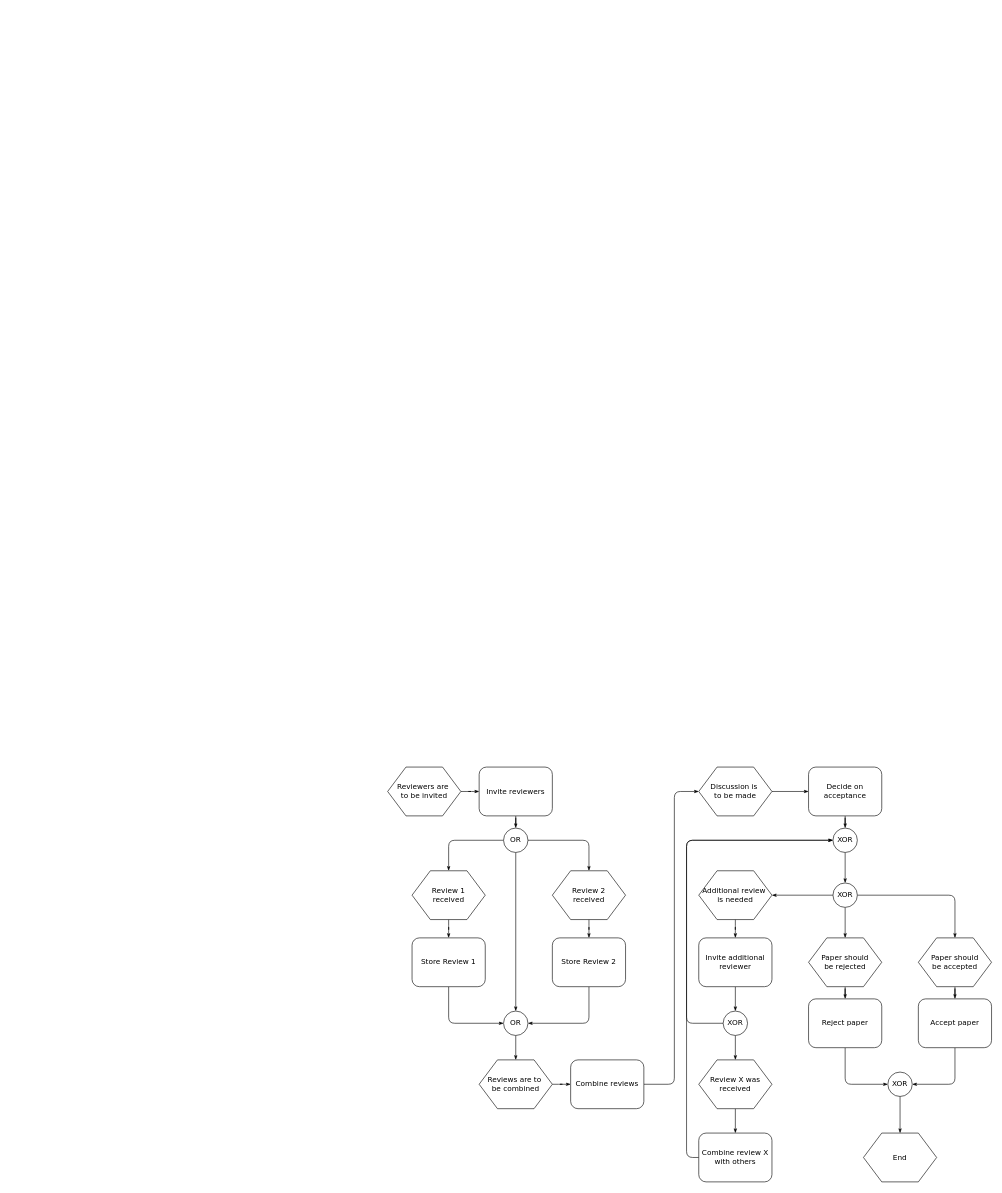
The draw.io diagram flowchart loyalty.drawio in Hilarion18/sandbox, before the edit. Source tidied: cells renumbered, new cells numbered last; positions are measured from the earlier drawing's top-left corner, leaving out a move shared by most shapes. Both pictures are drawn from the tidied source at 61%, with x=0, y=0 at pixel (387, 767).
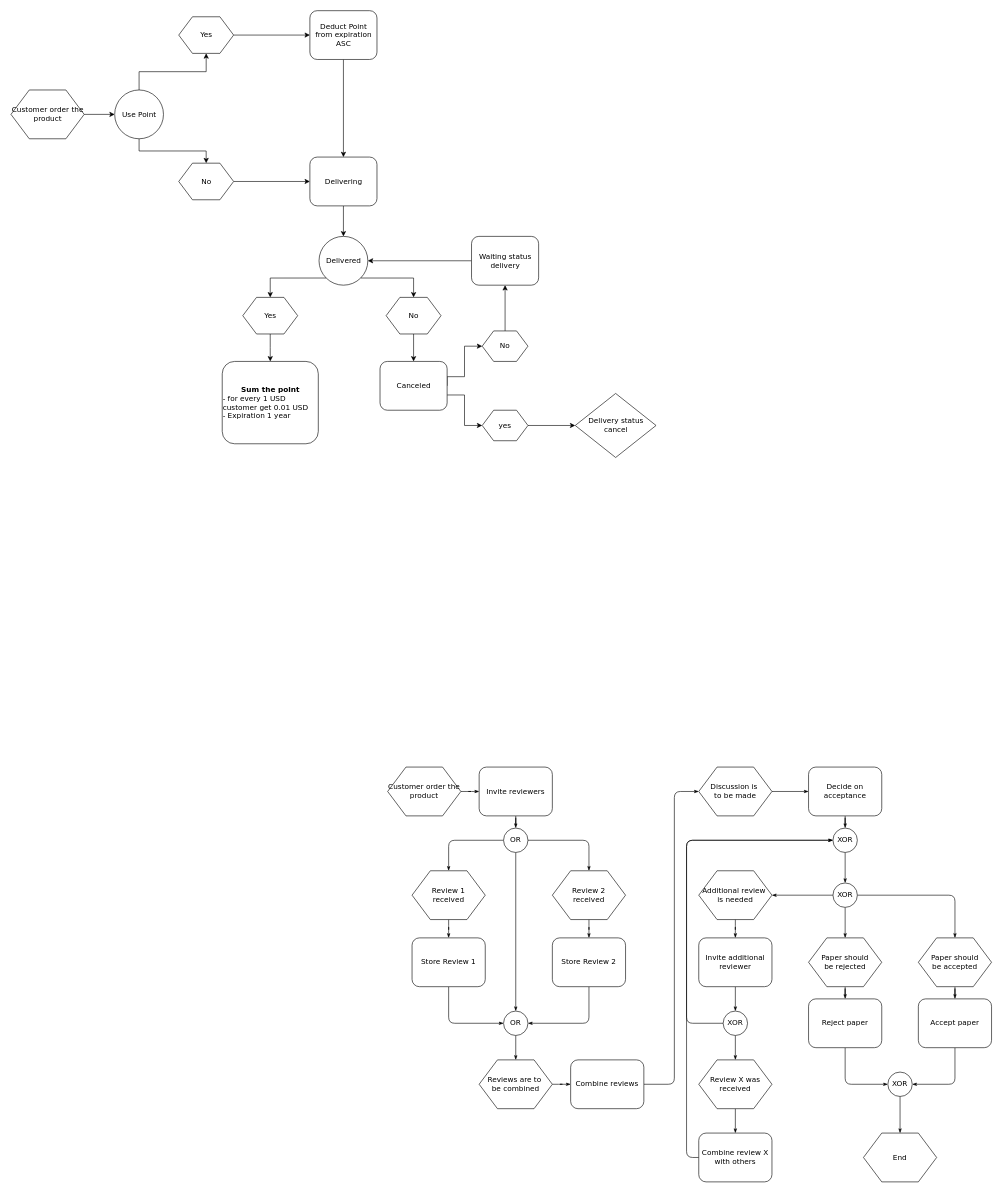
The same diagram, later.

The edit, as a diff of the source:
```diff
@@
-    <mxCell id="3" value="Reviewers are&amp;nbsp;&lt;div&gt;to&amp;nbsp;&lt;span&gt;be invited&lt;/span&gt;&lt;/div&gt;" style="shape=hexagon;perimeter=hexagonPerimeter;whiteSpace=wrap;html=1;rounded=0;shadow=0;labelBackgroundColor=none;strokeWidth=1;fontFamily=Verdana;fontSize=12;align=center;" parent="1" vertex="1">
+    <mxCell id="3" value="Customer order the product" style="shape=hexagon;perimeter=hexagonPerimeter;whiteSpace=wrap;html=1;rounded=0;shadow=0;labelBackgroundColor=none;strokeWidth=1;fontFamily=Verdana;fontSize=12;align=center;" parent="1" vertex="1">
       <mxGeometry width="120" height="80" as="geometry" />
     </mxCell>
@@
+    <mxCell id="56" style="edgeStyle=orthogonalEdgeStyle;rounded=0;jettySize=auto;html=1;exitX=1;exitY=0.5;exitDx=0;exitDy=0;entryX=0;entryY=0.5;entryDx=0;entryDy=0;" parent="1" edge="1" source="57" target="67">
+      <mxGeometry relative="1" as="geometry" />
+    </mxCell>
+    <mxCell id="57" value="Customer order the product" style="shape=hexagon;perimeter=hexagonPerimeter;whiteSpace=wrap;html=1;rounded=0;shadow=0;labelBackgroundColor=none;strokeWidth=1;fontFamily=Verdana;fontSize=12;align=center;" parent="1" vertex="1">
+      <mxGeometry x="-617.5" y="-1110" width="120" height="80" as="geometry" />
+    </mxCell>
+    <mxCell id="58" style="edgeStyle=orthogonalEdgeStyle;rounded=0;jettySize=auto;html=1;entryX=0.5;entryY=0;entryDx=0;entryDy=0;" parent="1" edge="1" source="59" target="69">
+      <mxGeometry relative="1" as="geometry" />
+    </mxCell>
+    <mxCell id="59" value="Deduct Point from expiration ASC" style="rounded=1;whiteSpace=wrap;html=1;shadow=0;labelBackgroundColor=none;strokeWidth=1;fontFamily=Verdana;fontSize=12;align=center;" parent="1" vertex="1">
+      <mxGeometry x="-127.5" y="-1240" width="110" height="80" as="geometry" />
+    </mxCell>
+    <mxCell id="60" style="edgeStyle=orthogonalEdgeStyle;rounded=0;jettySize=auto;html=1;exitX=1;exitY=0.5;exitDx=0;exitDy=0;entryX=0;entryY=0.5;entryDx=0;entryDy=0;" parent="1" edge="1" source="62" target="80">
+      <mxGeometry relative="1" as="geometry">
+        <Array as="points">
+          <mxPoint x="98" y="-640" />
+          <mxPoint x="126" y="-640" />
+          <mxPoint x="126" y="-690" />
+        </Array>
+      </mxGeometry>
+    </mxCell>
+    <mxCell id="61" style="edgeStyle=orthogonalEdgeStyle;rounded=0;jettySize=auto;html=1;entryX=0;entryY=0.5;entryDx=0;entryDy=0;" parent="1" edge="1" source="62" target="82">
+      <mxGeometry relative="1" as="geometry">
+        <Array as="points">
+          <mxPoint x="126" y="-610" />
+          <mxPoint x="126" y="-560" />
+        </Array>
+      </mxGeometry>
+    </mxCell>
+    <mxCell id="62" value="Canceled" style="rounded=1;whiteSpace=wrap;html=1;shadow=0;labelBackgroundColor=none;strokeWidth=1;fontFamily=Verdana;fontSize=12;align=center;" parent="1" vertex="1">
+      <mxGeometry x="-12.5" y="-665" width="110" height="80" as="geometry" />
+    </mxCell>
+    <mxCell id="63" style="edgeStyle=orthogonalEdgeStyle;rounded=0;jettySize=auto;html=1;entryX=0;entryY=0.5;entryDx=0;entryDy=0;" parent="1" edge="1" source="64" target="59">
+      <mxGeometry relative="1" as="geometry" />
+    </mxCell>
+    <mxCell id="64" value="Yes" style="shape=hexagon;perimeter=hexagonPerimeter;whiteSpace=wrap;html=1;rounded=0;shadow=0;labelBackgroundColor=none;strokeWidth=1;fontFamily=Verdana;fontSize=12;align=center;" parent="1" vertex="1">
+      <mxGeometry x="-342.5" y="-1230" width="90" height="60" as="geometry" />
+    </mxCell>
+    <mxCell id="65" style="edgeStyle=orthogonalEdgeStyle;rounded=0;jettySize=auto;html=1;exitX=0.5;exitY=0;exitDx=0;exitDy=0;entryX=0.5;entryY=1;entryDx=0;entryDy=0;" parent="1" edge="1" source="67" target="64">
+      <mxGeometry relative="1" as="geometry" />
+    </mxCell>
+    <mxCell id="66" style="edgeStyle=orthogonalEdgeStyle;rounded=0;jettySize=auto;html=1;exitX=0.5;exitY=1;exitDx=0;exitDy=0;entryX=0.5;entryY=0;entryDx=0;entryDy=0;" parent="1" edge="1" source="67" target="71">
+      <mxGeometry relative="1" as="geometry" />
+    </mxCell>
+    <mxCell id="67" value="Use Point" style="ellipse;whiteSpace=wrap;html=1;rounded=1;shadow=0;labelBackgroundColor=none;strokeWidth=1;fontFamily=Verdana;fontSize=12;align=center;" parent="1" vertex="1">
+      <mxGeometry x="-447.5" y="-1110" width="80" height="80" as="geometry" />
+    </mxCell>
+    <mxCell id="68" style="edgeStyle=orthogonalEdgeStyle;rounded=0;jettySize=auto;html=1;exitX=0.5;exitY=1;exitDx=0;exitDy=0;entryX=0.5;entryY=0;entryDx=0;entryDy=0;" parent="1" edge="1" source="69" target="74">
+      <mxGeometry relative="1" as="geometry" />
+    </mxCell>
+    <mxCell id="69" value="Delivering" style="rounded=1;whiteSpace=wrap;html=1;shadow=0;labelBackgroundColor=none;strokeWidth=1;fontFamily=Verdana;fontSize=12;align=center;" parent="1" vertex="1">
+      <mxGeometry x="-127.5" y="-1000" width="110" height="80" as="geometry" />
+    </mxCell>
+    <mxCell id="70" style="edgeStyle=orthogonalEdgeStyle;rounded=0;jettySize=auto;html=1;exitX=1;exitY=0.5;exitDx=0;exitDy=0;entryX=0;entryY=0.5;entryDx=0;entryDy=0;" parent="1" edge="1" source="71" target="69">
+      <mxGeometry relative="1" as="geometry" />
+    </mxCell>
+    <mxCell id="71" value="No" style="shape=hexagon;perimeter=hexagonPerimeter;whiteSpace=wrap;html=1;rounded=0;shadow=0;labelBackgroundColor=none;strokeWidth=1;fontFamily=Verdana;fontSize=12;align=center;" parent="1" vertex="1">
+      <mxGeometry x="-342.5" y="-990" width="90" height="60" as="geometry" />
+    </mxCell>
+    <mxCell id="72" style="edgeStyle=orthogonalEdgeStyle;rounded=0;jettySize=auto;html=1;exitX=0;exitY=1;exitDx=0;exitDy=0;" parent="1" edge="1" source="74" target="78">
+      <mxGeometry relative="1" as="geometry" />
+    </mxCell>
+    <mxCell id="73" style="edgeStyle=orthogonalEdgeStyle;rounded=0;jettySize=auto;html=1;exitX=1;exitY=1;exitDx=0;exitDy=0;entryX=0.5;entryY=0;entryDx=0;entryDy=0;" parent="1" edge="1" source="74" target="76">
+      <mxGeometry relative="1" as="geometry" />
+    </mxCell>
+    <mxCell id="74" value="Delivered" style="ellipse;whiteSpace=wrap;html=1;rounded=1;shadow=0;labelBackgroundColor=none;strokeWidth=1;fontFamily=Verdana;fontSize=12;align=center;" parent="1" vertex="1">
+      <mxGeometry x="-112.5" y="-870" width="80" height="80" as="geometry" />
+    </mxCell>
+    <mxCell id="75" style="edgeStyle=orthogonalEdgeStyle;rounded=0;jettySize=auto;html=1;exitX=0.5;exitY=1;exitDx=0;exitDy=0;entryX=0.5;entryY=0;entryDx=0;entryDy=0;" parent="1" edge="1" source="76" target="62">
+      <mxGeometry relative="1" as="geometry" />
+    </mxCell>
+    <mxCell id="76" value="No" style="shape=hexagon;perimeter=hexagonPerimeter;whiteSpace=wrap;html=1;rounded=0;shadow=0;labelBackgroundColor=none;strokeWidth=1;fontFamily=Verdana;fontSize=12;align=center;" parent="1" vertex="1">
+      <mxGeometry x="-2.5" y="-770" width="90" height="60" as="geometry" />
+    </mxCell>
+    <mxCell id="77" style="edgeStyle=orthogonalEdgeStyle;rounded=0;jettySize=auto;html=1;exitX=0.5;exitY=1;exitDx=0;exitDy=0;entryX=0.5;entryY=0;entryDx=0;entryDy=0;" parent="1" edge="1" source="78" target="85">
+      <mxGeometry relative="1" as="geometry" />
+    </mxCell>
+    <mxCell id="78" value="Yes" style="shape=hexagon;perimeter=hexagonPerimeter;whiteSpace=wrap;html=1;rounded=0;shadow=0;labelBackgroundColor=none;strokeWidth=1;fontFamily=Verdana;fontSize=12;align=center;" parent="1" vertex="1">
+      <mxGeometry x="-237.5" y="-770" width="90" height="60" as="geometry" />
+    </mxCell>
+    <mxCell id="79" style="edgeStyle=orthogonalEdgeStyle;rounded=0;jettySize=auto;html=1;entryX=0.5;entryY=1;entryDx=0;entryDy=0;" parent="1" edge="1" source="80" target="84">
+      <mxGeometry relative="1" as="geometry" />
+    </mxCell>
+    <mxCell id="80" value="No" style="shape=hexagon;perimeter=hexagonPerimeter;whiteSpace=wrap;html=1;rounded=0;shadow=0;labelBackgroundColor=none;strokeWidth=1;fontFamily=Verdana;fontSize=12;align=center;" parent="1" vertex="1">
+      <mxGeometry x="155" y="-715" width="75" height="50" as="geometry" />
+    </mxCell>
+    <mxCell id="81" style="edgeStyle=orthogonalEdgeStyle;rounded=0;jettySize=auto;html=1;" parent="1" edge="1" source="82" target="86">
+      <mxGeometry relative="1" as="geometry" />
+    </mxCell>
+    <mxCell id="82" value="yes" style="shape=hexagon;perimeter=hexagonPerimeter;whiteSpace=wrap;html=1;rounded=0;shadow=0;labelBackgroundColor=none;strokeWidth=1;fontFamily=Verdana;fontSize=12;align=center;" parent="1" vertex="1">
+      <mxGeometry x="155" y="-585" width="75" height="50" as="geometry" />
+    </mxCell>
+    <mxCell id="83" style="edgeStyle=orthogonalEdgeStyle;rounded=0;jettySize=auto;html=1;entryX=1;entryY=0.5;entryDx=0;entryDy=0;" parent="1" edge="1" source="84" target="74">
+      <mxGeometry relative="1" as="geometry" />
+    </mxCell>
+    <mxCell id="84" value="Waiting status delivery" style="rounded=1;whiteSpace=wrap;html=1;shadow=0;labelBackgroundColor=none;strokeWidth=1;fontFamily=Verdana;fontSize=12;align=center;" parent="1" vertex="1">
+      <mxGeometry x="137.5" y="-870" width="110" height="80" as="geometry" />
+    </mxCell>
+    <mxCell id="85" value="&lt;b&gt;Sum the point&lt;/b&gt;&lt;div style=&quot;text-align: left;&quot;&gt;- for every 1 USD customer get 0.01 USD&lt;/div&gt;&lt;div style=&quot;text-align: left;&quot;&gt;- Expiration 1 year&lt;/div&gt;" style="rounded=1;whiteSpace=wrap;html=1;shadow=0;labelBackgroundColor=none;strokeWidth=1;fontFamily=Verdana;fontSize=12;align=center;" parent="1" vertex="1">
+      <mxGeometry x="-271.2" y="-665" width="157.5" height="135" as="geometry" />
+    </mxCell>
+    <mxCell id="86" value="Delivery status cancel" style="rhombus;whiteSpace=wrap;html=1;fontFamily=Verdana;rounded=0;shadow=0;labelBackgroundColor=none;strokeWidth=1;" parent="1" vertex="1">
+      <mxGeometry x="307.5" y="-612.5" width="132.5" height="105" as="geometry" />
+    </mxCell>
```
